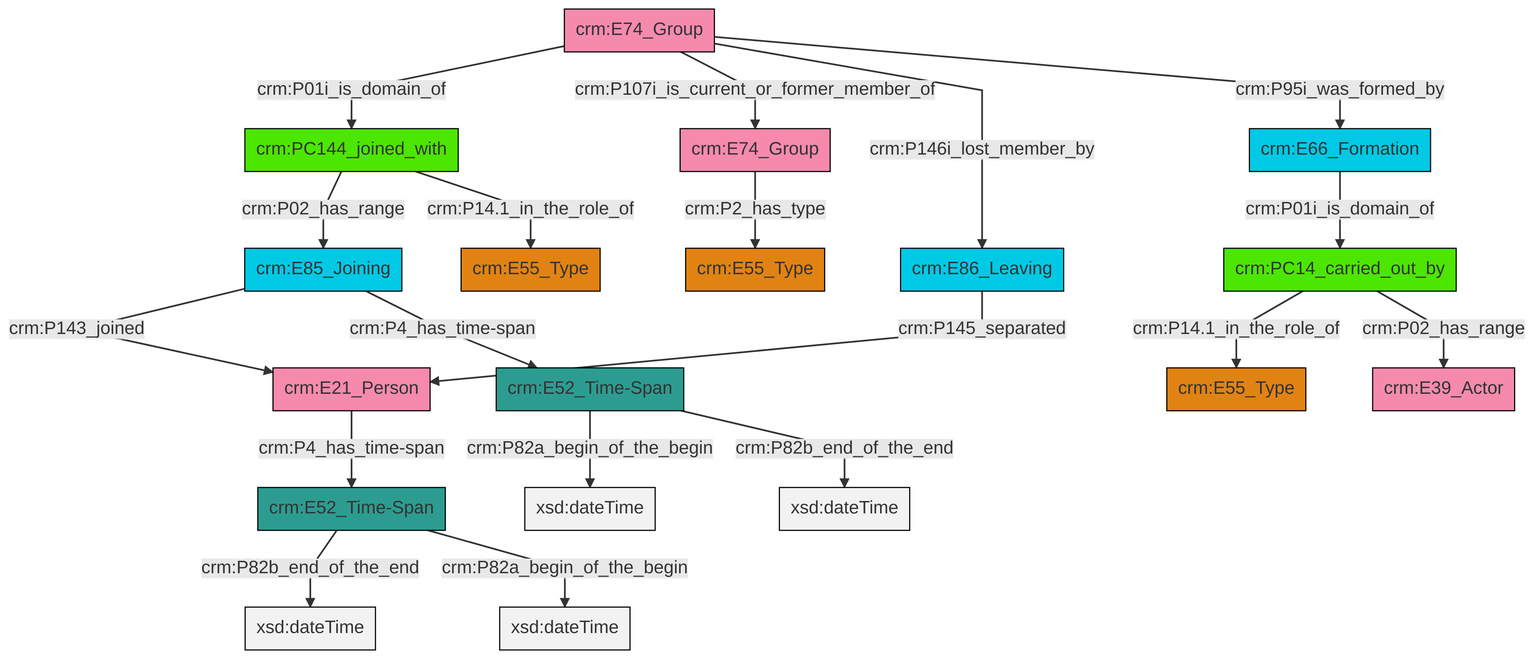
The Mermaid diagram et/groupCSV/ttl/mmd/png/group_actor_relations.png in swiss-art-research-net/docs.swissartresearch, before a commit. Its source is kept beside it as et/groupCSV/ttl/mmd/group_actor_relations.ttl.mmd.
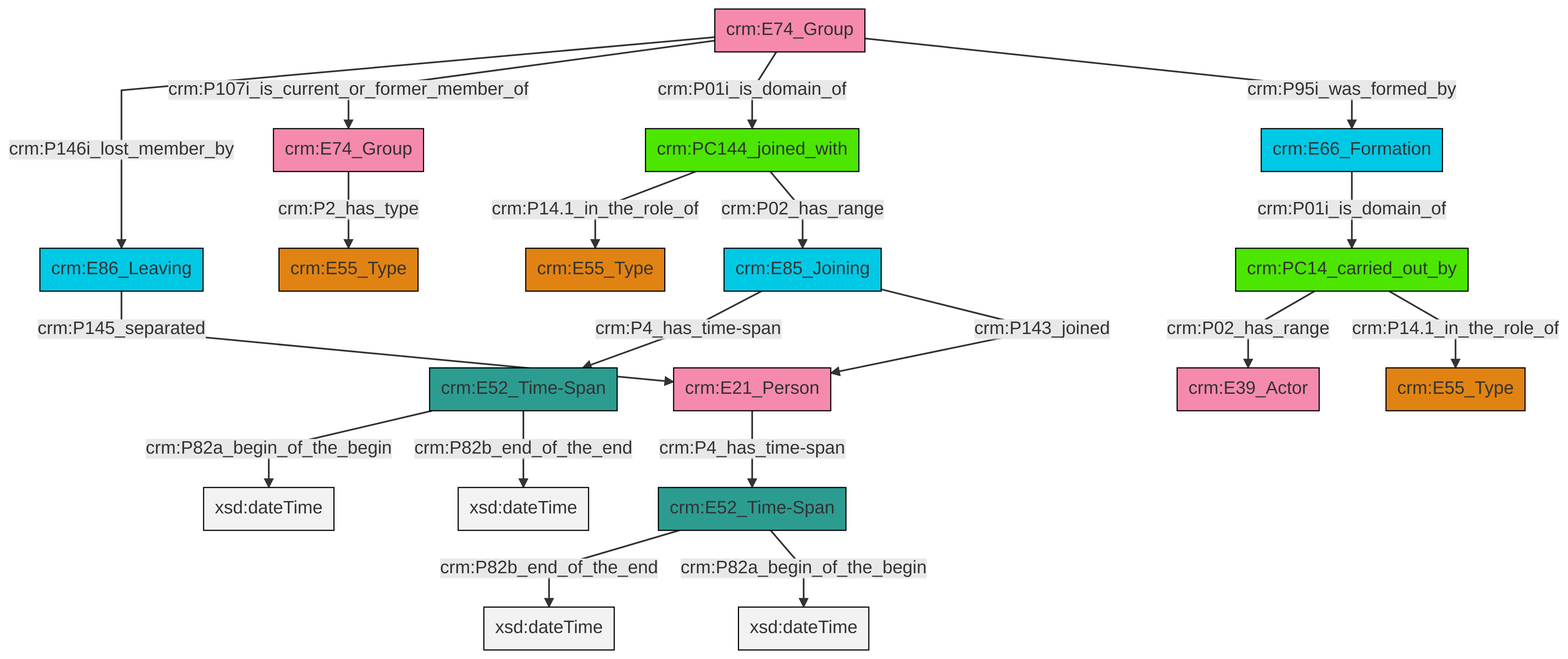
The same diagram one commit later.

Change to the diagram source:
```diff
@@ -13,21 +13,21 @@
 classDef PC_Classes fill:#4ce600, stroke:#000000;
 classDef Multi fill:#cccccc,stroke:#000000;
 
-2["crm:E21_Person"]:::Actor -->|crm:P4_has_time-span| 3["crm:E52_Time-Span"]:::Time-Span
-4["crm:E52_Time-Span"]:::Time-Span -->|crm:P82a_begin_of_the_begin| 5[xsd:dateTime]:::Literal
-6["crm:E74_Group"]:::Actor -->|crm:P01i_is_domain_of| 7["crm:PC144_joined_with"]:::PC_Classes
-12["crm:E66_Formation"]:::Temporal_Entity -->|crm:P01i_is_domain_of| 13["crm:PC14_carried_out_by"]:::PC_Classes
-6["crm:E74_Group"]:::Actor -->|crm:P107i_is_current_or_former_member_of| 17["crm:E74_Group"]:::Actor
-4["crm:E52_Time-Span"]:::Time-Span -->|crm:P82b_end_of_the_end| 20[xsd:dateTime]:::Literal
-8["crm:E85_Joining"]:::Temporal_Entity -->|crm:P143_joined| 2["crm:E21_Person"]:::Actor
-21["crm:E86_Leaving"]:::Temporal_Entity -->|crm:P145_separated| 2["crm:E21_Person"]:::Actor
-6["crm:E74_Group"]:::Actor -->|crm:P146i_lost_member_by| 21["crm:E86_Leaving"]:::Temporal_Entity
-8["crm:E85_Joining"]:::Temporal_Entity -->|crm:P4_has_time-span| 4["crm:E52_Time-Span"]:::Time-Span
-7["crm:PC144_joined_with"]:::PC_Classes -->|crm:P02_has_range| 8["crm:E85_Joining"]:::Temporal_Entity
-6["crm:E74_Group"]:::Actor -->|crm:P95i_was_formed_by| 12["crm:E66_Formation"]:::Temporal_Entity
-3["crm:E52_Time-Span"]:::Time-Span -->|crm:P82b_end_of_the_end| 28[xsd:dateTime]:::Literal
-13["crm:PC14_carried_out_by"]:::PC_Classes -->|crm:P14.1_in_the_role_of| 0["crm:E55_Type"]:::Type
-17["crm:E74_Group"]:::Actor -->|crm:P2_has_type| 14["crm:E55_Type"]:::Type
-13["crm:PC14_carried_out_by"]:::PC_Classes -->|crm:P02_has_range| 22["crm:E39_Actor"]:::Actor
-3["crm:E52_Time-Span"]:::Time-Span -->|crm:P82a_begin_of_the_begin| 34[xsd:dateTime]:::Literal
-7["crm:PC144_joined_with"]:::PC_Classes -->|crm:P14.1_in_the_role_of| 10["crm:E55_Type"]:::Type
+0["crm:E74_Group"]:::Actor -->|crm:P146i_lost_member_by| 1["crm:E86_Leaving"]:::Temporal_Entity
+2["crm:E52_Time-Span"]:::Time-Span -->|crm:P82b_end_of_the_end| 3[xsd:dateTime]:::Literal
+0["crm:E74_Group"]:::Actor -->|crm:P107i_is_current_or_former_member_of| 6["crm:E74_Group"]:::Actor
+7["crm:E85_Joining"]:::Temporal_Entity -->|crm:P4_has_time-span| 8["crm:E52_Time-Span"]:::Time-Span
+6["crm:E74_Group"]:::Actor -->|crm:P2_has_type| 9["crm:E55_Type"]:::Type
+11["crm:E66_Formation"]:::Temporal_Entity -->|crm:P01i_is_domain_of| 12["crm:PC14_carried_out_by"]:::PC_Classes
+8["crm:E52_Time-Span"]:::Time-Span -->|crm:P82a_begin_of_the_begin| 16[xsd:dateTime]:::Literal
+14["crm:E21_Person"]:::Actor -->|crm:P4_has_time-span| 2["crm:E52_Time-Span"]:::Time-Span
+1["crm:E86_Leaving"]:::Temporal_Entity -->|crm:P145_separated| 14["crm:E21_Person"]:::Actor
+7["crm:E85_Joining"]:::Temporal_Entity -->|crm:P143_joined| 14["crm:E21_Person"]:::Actor
+21["crm:PC144_joined_with"]:::PC_Classes -->|crm:P14.1_in_the_role_of| 22["crm:E55_Type"]:::Type
+0["crm:E74_Group"]:::Actor -->|crm:P01i_is_domain_of| 21["crm:PC144_joined_with"]:::PC_Classes
+12["crm:PC14_carried_out_by"]:::PC_Classes -->|crm:P02_has_range| 23["crm:E39_Actor"]:::Actor
+0["crm:E74_Group"]:::Actor -->|crm:P95i_was_formed_by| 11["crm:E66_Formation"]:::Temporal_Entity
+8["crm:E52_Time-Span"]:::Time-Span -->|crm:P82b_end_of_the_end| 26[xsd:dateTime]:::Literal
+12["crm:PC14_carried_out_by"]:::PC_Classes -->|crm:P14.1_in_the_role_of| 4["crm:E55_Type"]:::Type
+2["crm:E52_Time-Span"]:::Time-Span -->|crm:P82a_begin_of_the_begin| 30[xsd:dateTime]:::Literal
+21["crm:PC144_joined_with"]:::PC_Classes -->|crm:P02_has_range| 7["crm:E85_Joining"]:::Temporal_Entity
```
